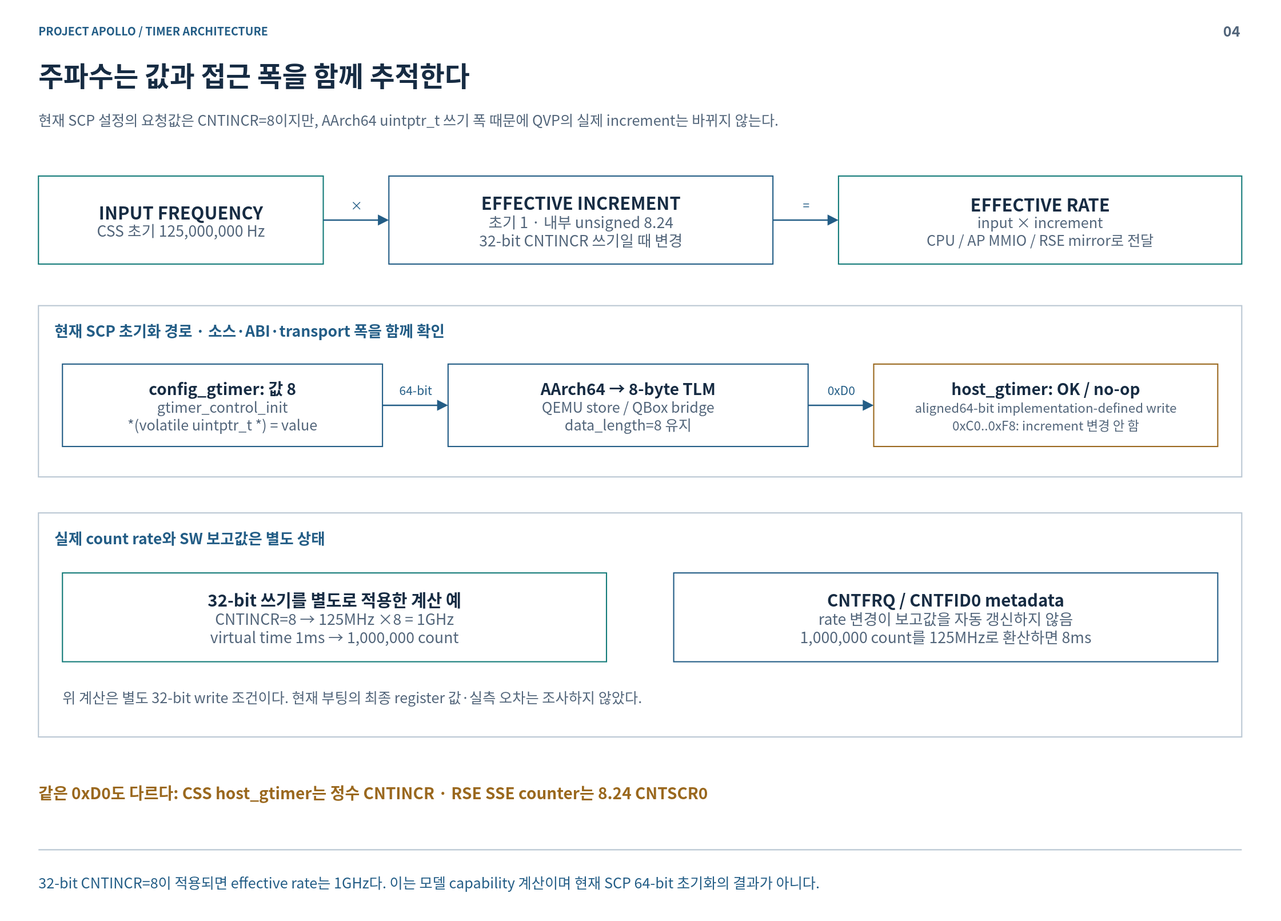
Earlier version of the draw.io export doc/phase1/timer/diagrams/04-frequency.drawio.svg (cometzero/project-apollo). Source tidied: cells renumbered, new cells last; positions are measured from the earlier drawing's top-left corner, leaving out a move shared by most shapes.
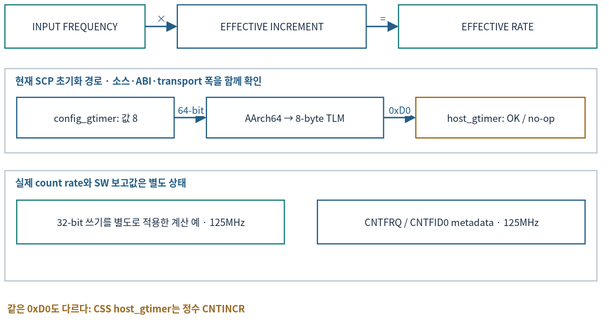
Above is the later version.

Change to the diagram source:
```diff
@@ -2,91 +2,64 @@
   <root>
     <mxCell id="0" />
     <mxCell id="1" parent="0" />
-    <mxCell id="2" style="rounded=0;whiteSpace=wrap;html=1;fillColor=#FFFFFF;strokeColor=none;strokeWidth=1.5;fontColor=#172C43;fontFamily=Noto Sans CJK KR;fontSize=18;spacing=14;" parent="1" vertex="1">
-      <mxGeometry width="1600" height="1150" as="geometry" />
-    </mxCell>
-    <mxCell id="3" value="PROJECT APOLLO  /  TIMER ARCHITECTURE" style="rounded=0;whiteSpace=wrap;html=1;fillColor=#FFFFFF;strokeColor=none;strokeWidth=1.5;fontColor=#172C43;fontFamily=Noto Sans CJK KR;fontSize=18;spacing=14;fillColor=none;align=left;verticalAlign=middle;spacing=0;fontSize=14;fontColor=#235D86;fontStyle=1;" parent="1" vertex="1">
-      <mxGeometry x="48" y="26" width="1400" height="24" as="geometry" />
-    </mxCell>
-    <mxCell id="4" value="04" style="rounded=0;whiteSpace=wrap;html=1;fillColor=#FFFFFF;strokeColor=none;strokeWidth=1.5;fontColor=#172C43;fontFamily=Noto Sans CJK KR;fontSize=18;spacing=14;fillColor=none;align=right;verticalAlign=middle;spacing=0;fontSize=18;fontColor=#52657A;fontStyle=1;" parent="1" vertex="1">
-      <mxGeometry x="1485" y="23" width="65" height="30" as="geometry" />
-    </mxCell>
-    <mxCell id="5" value="주파수는 값과 접근 폭을 함께 추적한다" style="rounded=0;whiteSpace=wrap;html=1;fillColor=#FFFFFF;strokeColor=none;strokeWidth=1.5;fontColor=#172C43;fontFamily=Noto Sans CJK KR;fontSize=18;spacing=14;fillColor=none;align=left;verticalAlign=middle;spacing=0;fontSize=34;fontColor=#172C43;fontStyle=1;" parent="1" vertex="1">
-      <mxGeometry x="48" y="67" width="1504" height="54" as="geometry" />
-    </mxCell>
-    <mxCell id="6" value="현재 SCP 설정의 요청값은 CNTINCR=8이지만, AArch64 uintptr_t 쓰기 폭 때문에 QVP의 실제 increment는 바뀌지 않는다." style="rounded=0;whiteSpace=wrap;html=1;fillColor=#FFFFFF;strokeColor=none;strokeWidth=1.5;fontColor=#172C43;fontFamily=Noto Sans CJK KR;fontSize=18;spacing=14;fillColor=none;align=left;verticalAlign=middle;spacing=0;fontSize=18;fontColor=#52657A;" parent="1" vertex="1">
-      <mxGeometry x="48" y="127" width="1504" height="44" as="geometry" />
-    </mxCell>
-    <mxCell id="7" style="html=1;whiteSpace=nowrap;rounded=0;edgeStyle=none;endArrow=none;endSize=9;strokeColor=#BAC7D3;strokeWidth=1.6;fontColor=#BAC7D3;fontFamily=Noto Sans CJK KR;fontSize=15;labelBackgroundColor=#FFFFFF;" parent="1" edge="1">
-      <mxGeometry relative="1" as="geometry">
-        <mxPoint x="48" y="1062" as="sourcePoint" />
-        <mxPoint x="1552" y="1062" as="targetPoint" />
-      </mxGeometry>
-    </mxCell>
-    <mxCell id="8" value="32-bit CNTINCR=8이 적용되면 effective rate는 1GHz다. 이는 모델 capability 계산이며 현재 SCP 64-bit 초기화의 결과가 아니다." style="rounded=0;whiteSpace=wrap;html=1;fillColor=#FFFFFF;strokeColor=none;strokeWidth=1.5;fontColor=#172C43;fontFamily=Noto Sans CJK KR;fontSize=18;spacing=14;fillColor=none;align=left;verticalAlign=middle;spacing=0;fontSize=18;fontColor=#235D86;" parent="1" vertex="1">
-      <mxGeometry x="48" y="1076" width="1504" height="52" as="geometry" />
-    </mxCell>
-    <mxCell id="9" value="&lt;b style=&quot;font-size:22px&quot;&gt;INPUT FREQUENCY&lt;/b&gt;&lt;br&gt;&lt;font color=&quot;#52657A&quot; style=&quot;font-size:19px&quot;&gt;CSS 초기 125,000,000 Hz&lt;/font&gt;" style="rounded=0;whiteSpace=wrap;html=1;fillColor=#FFFFFF;strokeColor=#147B79;strokeWidth=1.5;fontColor=#172C43;fontFamily=Noto Sans CJK KR;fontSize=18;spacing=14;" parent="1" vertex="1">
-      <mxGeometry x="48" y="220" width="356" height="110" as="geometry" />
+    <mxCell id="9" value="INPUT FREQUENCY" style="rounded=0;whiteSpace=wrap;html=1;fillColor=#FFFFFF;strokeColor=#147B79;strokeWidth=1.5;fontColor=#172C43;fontFamily=Noto Sans CJK KR;fontSize=12;spacing=3;whiteSpace=wrap;" parent="1" vertex="1">
+      <mxGeometry x="12" y="12" width="175.2" height="54.1" as="geometry" />
     </mxCell>
-    <mxCell id="10" value="&lt;b style=&quot;font-size:22px&quot;&gt;EFFECTIVE INCREMENT&lt;/b&gt;&lt;br&gt;&lt;font color=&quot;#52657A&quot; style=&quot;font-size:19px&quot;&gt;초기 1 · 내부 unsigned 8.24&lt;br&gt;32-bit CNTINCR 쓰기일 때 변경&lt;/font&gt;" style="rounded=0;whiteSpace=wrap;html=1;fillColor=#FFFFFF;strokeColor=#235D86;strokeWidth=1.5;fontColor=#172C43;fontFamily=Noto Sans CJK KR;fontSize=18;spacing=14;" parent="1" vertex="1">
-      <mxGeometry x="486" y="220" width="480" height="110" as="geometry" />
+    <mxCell id="10" value="EFFECTIVE INCREMENT" style="rounded=0;whiteSpace=wrap;html=1;fillColor=#FFFFFF;strokeColor=#235D86;strokeWidth=1.5;fontColor=#172C43;fontFamily=Noto Sans CJK KR;fontSize=12;spacing=3;whiteSpace=wrap;" parent="1" vertex="1">
+      <mxGeometry x="227.5" y="12" width="236.2" height="54.1" as="geometry" />
     </mxCell>
-    <mxCell id="11" value="&lt;b style=&quot;font-size:22px&quot;&gt;EFFECTIVE RATE&lt;/b&gt;&lt;br&gt;&lt;font color=&quot;#52657A&quot; style=&quot;font-size:18px&quot;&gt;input × increment&lt;br&gt;CPU / AP MMIO / RSE mirror로 전달&lt;/font&gt;" style="rounded=0;whiteSpace=wrap;html=1;fillColor=#FFFFFF;strokeColor=#147B79;strokeWidth=1.5;fontColor=#172C43;fontFamily=Noto Sans CJK KR;fontSize=18;spacing=14;" parent="1" vertex="1">
-      <mxGeometry x="1048" y="220" width="504" height="110" as="geometry" />
+    <mxCell id="11" value="EFFECTIVE RATE" style="rounded=0;whiteSpace=wrap;html=1;fillColor=#FFFFFF;strokeColor=#147B79;strokeWidth=1.5;fontColor=#172C43;fontFamily=Noto Sans CJK KR;fontSize=12;spacing=3;whiteSpace=wrap;" parent="1" vertex="1">
+      <mxGeometry x="504" y="12" width="248" height="54.1" as="geometry" />
     </mxCell>
-    <mxCell id="12" value="×" style="html=1;whiteSpace=nowrap;rounded=0;edgeStyle=none;endArrow=block;endFill=1;endSize=9;strokeColor=#235D86;strokeWidth=1.8;fontColor=#235D86;fontFamily=Noto Sans CJK KR;fontSize=15;labelBackgroundColor=#FFFFFF;exitX=1;exitY=0.5;exitDx=0;exitDy=0;entryX=0;entryY=0.5;entryDx=0;entryDy=0;" parent="1" edge="1" source="9" target="10">
+    <mxCell id="12" value="×" style="html=1;rounded=0;edgeStyle=none;endArrow=block;endFill=1;endSize=9;strokeColor=#235D86;strokeWidth=1.8;fontColor=#235D86;fontFamily=Noto Sans CJK KR;labelBackgroundColor=#FFFFFF;exitX=1;exitY=0.5;exitDx=0;exitDy=0;entryX=0;entryY=0.5;entryDx=0;entryDy=0;fontSize=12;spacing=3;whiteSpace=nowrap;" parent="1" edge="1" source="9" target="10">
       <mxGeometry relative="1" as="geometry">
-        <mxPoint y="-20" as="offset" />
+        <mxPoint y="-9.8" as="offset" />
       </mxGeometry>
     </mxCell>
-    <mxCell id="13" value="=" style="html=1;whiteSpace=nowrap;rounded=0;edgeStyle=none;endArrow=block;endFill=1;endSize=9;strokeColor=#235D86;strokeWidth=1.8;fontColor=#235D86;fontFamily=Noto Sans CJK KR;fontSize=15;labelBackgroundColor=#FFFFFF;exitX=1;exitY=0.5;exitDx=0;exitDy=0;entryX=0;entryY=0.5;entryDx=0;entryDy=0;" parent="1" edge="1" source="10" target="11">
+    <mxCell id="13" value="=" style="html=1;rounded=0;edgeStyle=none;endArrow=block;endFill=1;endSize=9;strokeColor=#235D86;strokeWidth=1.8;fontColor=#235D86;fontFamily=Noto Sans CJK KR;labelBackgroundColor=#FFFFFF;exitX=1;exitY=0.5;exitDx=0;exitDy=0;entryX=0;entryY=0.5;entryDx=0;entryDy=0;fontSize=12;spacing=3;whiteSpace=nowrap;" parent="1" edge="1" source="10" target="11">
       <mxGeometry relative="1" as="geometry">
-        <mxPoint y="-20" as="offset" />
+        <mxPoint y="-9.8" as="offset" />
       </mxGeometry>
     </mxCell>
-    <mxCell id="14" style="rounded=0;whiteSpace=wrap;html=1;fillColor=#FFFFFF;strokeColor=#BAC7D3;strokeWidth=1.5;fontColor=#172C43;fontFamily=Noto Sans CJK KR;fontSize=18;spacing=14;" parent="1" vertex="1">
-      <mxGeometry x="48" y="382" width="1504" height="214" as="geometry" />
+    <mxCell id="14" style="rounded=0;whiteSpace=wrap;html=1;fillColor=#FFFFFF;strokeColor=#BAC7D3;strokeWidth=1.5;fontColor=#172C43;fontFamily=Noto Sans CJK KR;fontSize=12;spacing=3;whiteSpace=wrap;" parent="1" vertex="1">
+      <mxGeometry x="12" y="91.7" width="740" height="105.3" as="geometry" />
     </mxCell>
-    <mxCell id="15" value="현재 SCP 초기화 경로  ·  소스·ABI·transport 폭을 함께 확인" style="rounded=0;whiteSpace=wrap;html=1;fillColor=#FFFFFF;strokeColor=none;strokeWidth=1.5;fontColor=#172C43;fontFamily=Noto Sans CJK KR;fontSize=18;spacing=14;fillColor=none;align=left;verticalAlign=middle;spacing=0;fontSize=19;fontColor=#235D86;fontStyle=1;" parent="1" vertex="1">
-      <mxGeometry x="68" y="397" width="1464" height="32" as="geometry" />
+    <mxCell id="15" value="현재 SCP 초기화 경로  ·  소스·ABI·transport 폭을 함께 확인" style="rounded=0;whiteSpace=wrap;html=1;fillColor=#FFFFFF;strokeColor=none;strokeWidth=1.5;fontColor=#172C43;fontFamily=Noto Sans CJK KR;fillColor=none;align=left;verticalAlign=middle;fontColor=#235D86;fontStyle=1;fontSize=12;spacing=3;whiteSpace=wrap;" parent="1" vertex="1">
+      <mxGeometry x="21.8" y="99.1" width="720.3" height="15.7" as="geometry" />
     </mxCell>
-    <mxCell id="16" value="&lt;b style=&quot;font-size:20px&quot;&gt;config_gtimer: 값 8&lt;/b&gt;&lt;br&gt;&lt;font color=&quot;#52657A&quot; style=&quot;font-size:18px&quot;&gt;gtimer_control_init&lt;br&gt;*(volatile uintptr_t *) = value&lt;/font&gt;" style="rounded=0;whiteSpace=wrap;html=1;fillColor=#FFFFFF;strokeColor=#235D86;strokeWidth=1.5;fontColor=#172C43;fontFamily=Noto Sans CJK KR;fontSize=18;spacing=14;" parent="1" vertex="1">
-      <mxGeometry x="78" y="455" width="400" height="103" as="geometry" />
+    <mxCell id="16" value="config_gtimer: 값 8" style="rounded=0;whiteSpace=wrap;html=1;fillColor=#FFFFFF;strokeColor=#235D86;strokeWidth=1.5;fontColor=#172C43;fontFamily=Noto Sans CJK KR;fontSize=12;spacing=3;whiteSpace=wrap;" parent="1" vertex="1">
+      <mxGeometry x="26.8" y="127.6" width="196.8" height="50.7" as="geometry" />
     </mxCell>
-    <mxCell id="17" value="&lt;b style=&quot;font-size:20px&quot;&gt;AArch64 → 8-byte TLM&lt;/b&gt;&lt;br&gt;&lt;font color=&quot;#52657A&quot; style=&quot;font-size:18px&quot;&gt;QEMU store / QBox bridge&lt;br&gt;data_length=8 유지&lt;/font&gt;" style="rounded=0;whiteSpace=wrap;html=1;fillColor=#FFFFFF;strokeColor=#235D86;strokeWidth=1.5;fontColor=#172C43;fontFamily=Noto Sans CJK KR;fontSize=18;spacing=14;" parent="1" vertex="1">
-      <mxGeometry x="560" y="455" width="450" height="103" as="geometry" />
+    <mxCell id="17" value="AArch64 → 8-byte TLM" style="rounded=0;whiteSpace=wrap;html=1;fillColor=#FFFFFF;strokeColor=#235D86;strokeWidth=1.5;fontColor=#172C43;fontFamily=Noto Sans CJK KR;fontSize=12;spacing=3;whiteSpace=wrap;" parent="1" vertex="1">
+      <mxGeometry x="263.9" y="127.6" width="221.4" height="50.7" as="geometry" />
     </mxCell>
-    <mxCell id="18" value="&lt;b style=&quot;font-size:20px&quot;&gt;host_gtimer: OK / no-op&lt;/b&gt;&lt;br&gt;&lt;font color=&quot;#52657A&quot; style=&quot;font-size:16px&quot;&gt;aligned64-bit implementation-defined write&lt;br&gt;0xC0..0xF8: increment 변경 안 함&lt;/font&gt;" style="rounded=0;whiteSpace=wrap;html=1;fillColor=#FFFFFF;strokeColor=#9A681E;strokeWidth=1.5;fontColor=#172C43;fontFamily=Noto Sans CJK KR;fontSize=18;spacing=14;" parent="1" vertex="1">
-      <mxGeometry x="1092" y="455" width="430" height="103" as="geometry" />
+    <mxCell id="18" value="host_gtimer: OK / no-op" style="rounded=0;whiteSpace=wrap;html=1;fillColor=#FFFFFF;strokeColor=#9A681E;strokeWidth=1.5;fontColor=#172C43;fontFamily=Noto Sans CJK KR;fontSize=12;spacing=3;whiteSpace=wrap;" parent="1" vertex="1">
+      <mxGeometry x="525.7" y="127.6" width="211.6" height="50.7" as="geometry" />
     </mxCell>
-    <mxCell id="19" value="64-bit" style="html=1;whiteSpace=nowrap;rounded=0;edgeStyle=none;endArrow=block;endFill=1;endSize=9;strokeColor=#235D86;strokeWidth=1.8;fontColor=#235D86;fontFamily=Noto Sans CJK KR;fontSize=15;labelBackgroundColor=#FFFFFF;exitX=1;exitY=0.5;exitDx=0;exitDy=0;entryX=0;entryY=0.5;entryDx=0;entryDy=0;" parent="1" edge="1" source="16" target="17">
+    <mxCell id="19" value="64-bit" style="html=1;rounded=0;edgeStyle=none;endArrow=block;endFill=1;endSize=9;strokeColor=#235D86;strokeWidth=1.8;fontColor=#235D86;fontFamily=Noto Sans CJK KR;labelBackgroundColor=#FFFFFF;exitX=1;exitY=0.5;exitDx=0;exitDy=0;entryX=0;entryY=0.5;entryDx=0;entryDy=0;fontSize=12;spacing=3;whiteSpace=nowrap;" parent="1" edge="1" source="16" target="17">
       <mxGeometry relative="1" as="geometry">
-        <mxPoint y="-20" as="offset" />
+        <mxPoint y="-9.8" as="offset" />
       </mxGeometry>
     </mxCell>
-    <mxCell id="20" value="0xD0" style="html=1;whiteSpace=nowrap;rounded=0;edgeStyle=none;endArrow=block;endFill=1;endSize=9;strokeColor=#235D86;strokeWidth=1.8;fontColor=#235D86;fontFamily=Noto Sans CJK KR;fontSize=15;labelBackgroundColor=#FFFFFF;exitX=1;exitY=0.5;exitDx=0;exitDy=0;entryX=0;entryY=0.5;entryDx=0;entryDy=0;" parent="1" edge="1" source="17" target="18">
+    <mxCell id="20" value="0xD0" style="html=1;rounded=0;edgeStyle=none;endArrow=block;endFill=1;endSize=9;strokeColor=#235D86;strokeWidth=1.8;fontColor=#235D86;fontFamily=Noto Sans CJK KR;labelBackgroundColor=#FFFFFF;exitX=1;exitY=0.5;exitDx=0;exitDy=0;entryX=0;entryY=0.5;entryDx=0;entryDy=0;fontSize=12;spacing=3;whiteSpace=nowrap;" parent="1" edge="1" source="17" target="18">
       <mxGeometry relative="1" as="geometry">
-        <mxPoint y="-20" as="offset" />
+        <mxPoint y="-9.8" as="offset" />
       </mxGeometry>
     </mxCell>
-    <mxCell id="21" style="rounded=0;whiteSpace=wrap;html=1;fillColor=#FFFFFF;strokeColor=#BAC7D3;strokeWidth=1.5;fontColor=#172C43;fontFamily=Noto Sans CJK KR;fontSize=18;spacing=14;" parent="1" vertex="1">
-      <mxGeometry x="48" y="641" width="1504" height="280" as="geometry" />
+    <mxCell id="21" style="rounded=0;whiteSpace=wrap;html=1;fillColor=#FFFFFF;strokeColor=#BAC7D3;strokeWidth=1.5;fontColor=#172C43;fontFamily=Noto Sans CJK KR;fontSize=12;spacing=3;whiteSpace=wrap;" parent="1" vertex="1">
+      <mxGeometry x="12" y="219.1" width="740" height="137.8" as="geometry" />
     </mxCell>
-    <mxCell id="22" value="실제 count rate와 SW 보고값은 별도 상태" style="rounded=0;whiteSpace=wrap;html=1;fillColor=#FFFFFF;strokeColor=none;strokeWidth=1.5;fontColor=#172C43;fontFamily=Noto Sans CJK KR;fontSize=18;spacing=14;fillColor=none;align=left;verticalAlign=middle;spacing=0;fontSize=19;fontColor=#235D86;fontStyle=1;" parent="1" vertex="1">
-      <mxGeometry x="68" y="656" width="1464" height="32" as="geometry" />
+    <mxCell id="22" value="실제 count rate와 SW 보고값은 별도 상태" style="rounded=0;whiteSpace=wrap;html=1;fillColor=#FFFFFF;strokeColor=none;strokeWidth=1.5;fontColor=#172C43;fontFamily=Noto Sans CJK KR;fillColor=none;align=left;verticalAlign=middle;fontColor=#235D86;fontStyle=1;fontSize=12;spacing=3;whiteSpace=wrap;" parent="1" vertex="1">
+      <mxGeometry x="21.8" y="226.5" width="720.3" height="15.7" as="geometry" />
     </mxCell>
-    <mxCell id="23" value="&lt;b style=&quot;font-size:21px&quot;&gt;32-bit 쓰기를 별도로 적용한 계산 예&lt;/b&gt;&lt;br&gt;&lt;font color=&quot;#52657A&quot; style=&quot;font-size:19px&quot;&gt;CNTINCR=8 → 125MHz ×8 = 1GHz&lt;br&gt;virtual time 1ms → 1,000,000 count&lt;/font&gt;" style="rounded=0;whiteSpace=wrap;html=1;fillColor=#FFFFFF;strokeColor=#147B79;strokeWidth=1.5;fontColor=#172C43;fontFamily=Noto Sans CJK KR;fontSize=18;spacing=14;" parent="1" vertex="1">
-      <mxGeometry x="78" y="716" width="680" height="111" as="geometry" />
+    <mxCell id="23" value="32-bit 쓰기를 별도로 적용한 계산 예 · 125MHz" style="rounded=0;whiteSpace=wrap;html=1;fillColor=#FFFFFF;strokeColor=#147B79;strokeWidth=1.5;fontColor=#172C43;fontFamily=Noto Sans CJK KR;fontSize=12;spacing=3;whiteSpace=wrap;" parent="1" vertex="1">
+      <mxGeometry x="26.8" y="256" width="334.6" height="54.6" as="geometry" />
     </mxCell>
-    <mxCell id="24" value="&lt;b style=&quot;font-size:21px&quot;&gt;CNTFRQ / CNTFID0 metadata&lt;/b&gt;&lt;br&gt;&lt;font color=&quot;#52657A&quot; style=&quot;font-size:19px&quot;&gt;rate 변경이 보고값을 자동 갱신하지 않음&lt;br&gt;1,000,000 count를 125MHz로 환산하면 8ms&lt;/font&gt;" style="rounded=0;whiteSpace=wrap;html=1;fillColor=#FFFFFF;strokeColor=#235D86;strokeWidth=1.5;fontColor=#172C43;fontFamily=Noto Sans CJK KR;fontSize=18;spacing=14;" parent="1" vertex="1">
-      <mxGeometry x="842" y="716" width="680" height="111" as="geometry" />
+    <mxCell id="24" value="CNTFRQ / CNTFID0 metadata · 125MHz" style="rounded=0;whiteSpace=wrap;html=1;fillColor=#FFFFFF;strokeColor=#235D86;strokeWidth=1.5;fontColor=#172C43;fontFamily=Noto Sans CJK KR;fontSize=12;spacing=3;whiteSpace=wrap;" parent="1" vertex="1">
+      <mxGeometry x="402.7" y="256" width="334.6" height="54.6" as="geometry" />
     </mxCell>
-    <mxCell id="25" value="위 계산은 별도 32-bit write 조건이다. 현재 부팅의 최종 register 값·실측 오차는 조사하지 않았다." style="rounded=0;whiteSpace=wrap;html=1;fillColor=#FFFFFF;strokeColor=none;strokeWidth=1.5;fontColor=#172C43;fontFamily=Noto Sans CJK KR;fontSize=18;spacing=14;fillColor=none;align=left;verticalAlign=middle;spacing=0;fontSize=18;fontColor=#52657A;" parent="1" vertex="1">
-      <mxGeometry x="78" y="853" width="1444" height="36" as="geometry" />
-    </mxCell>
-    <mxCell id="26" value="같은 0xD0도 다르다: CSS host_gtimer는 정수 CNTINCR · RSE SSE counter는 8.24 CNTSCR0" style="rounded=0;whiteSpace=wrap;html=1;fillColor=#FFFFFF;strokeColor=none;strokeWidth=1.5;fontColor=#172C43;fontFamily=Noto Sans CJK KR;fontSize=18;spacing=14;fillColor=none;align=left;verticalAlign=middle;spacing=0;fontSize=20;fontColor=#9A681E;fontStyle=1;" parent="1" vertex="1">
-      <mxGeometry x="48" y="966" width="1504" height="48" as="geometry" />
+    <mxCell id="26" value="같은 0xD0도 다르다: CSS host_gtimer는 정수 CNTINCR" style="rounded=0;whiteSpace=wrap;html=1;fillColor=#FFFFFF;strokeColor=none;strokeWidth=1.5;fontColor=#172C43;fontFamily=Noto Sans CJK KR;fillColor=none;align=left;verticalAlign=middle;fontColor=#9A681E;fontStyle=1;fontSize=12;spacing=3;whiteSpace=wrap;" parent="1" vertex="1">
+      <mxGeometry x="12" y="379.1" width="740" height="23.6" as="geometry" />
     </mxCell>
   </root>
 </mxGraphModel>
```
